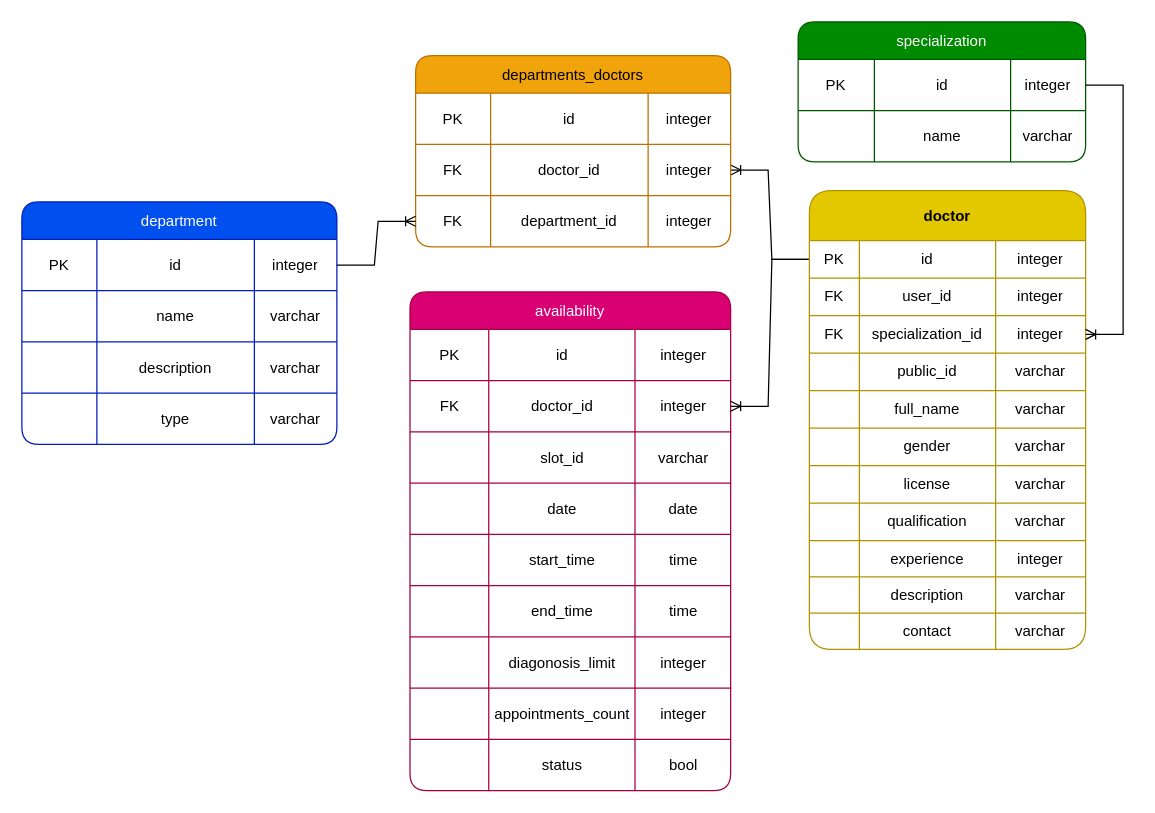
Before: page "Doctor_Schema" (3 of 4) of docs/ER-diagram_HMS.drawio in Developer-PritamSaha/hospital-management-app, a draw.io diagram. Source tidied: cells renumbered, new cells numbered last; positions are measured from the earlier drawing's top-left corner, leaving out a move shared by most shapes. Both pictures are drawn from the tidied source at 125%, with x=0, y=0 at pixel (21, 21).
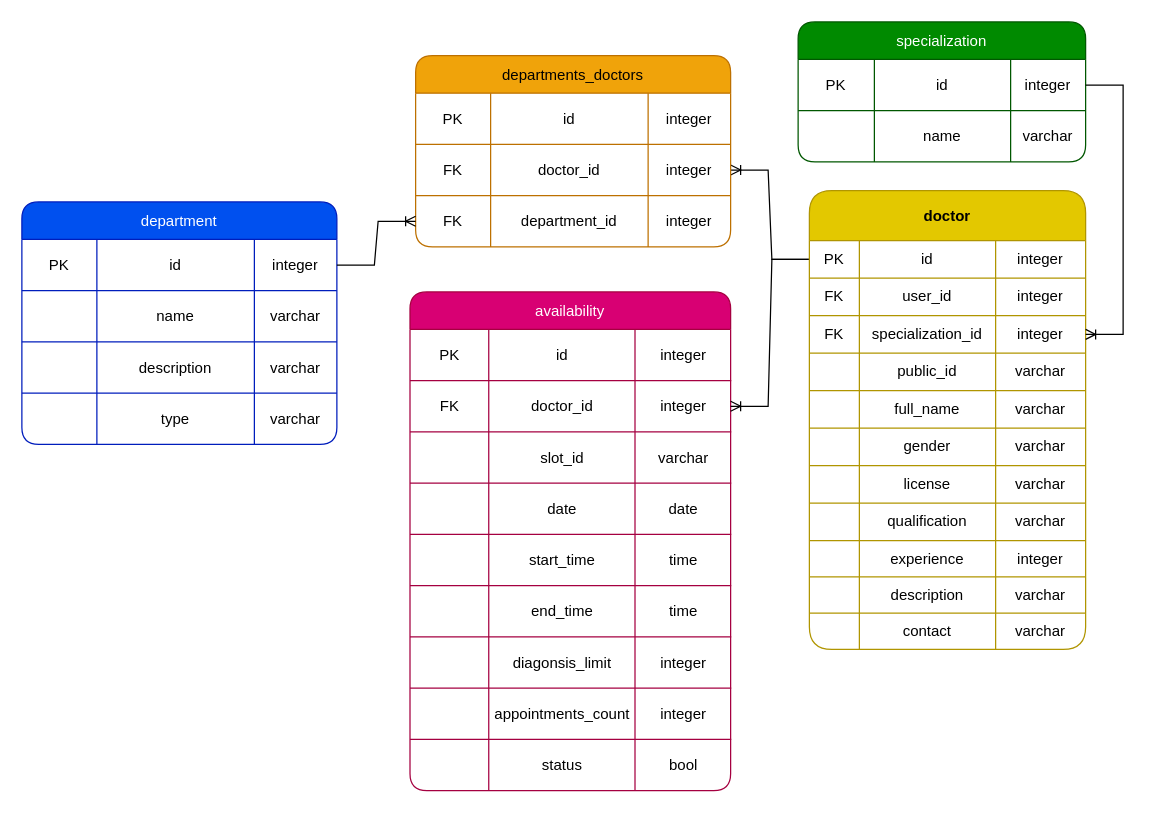
The same page after the edit.

Unchanged cells that the change refers to:
```xml
<mxCell id="27" style="shape=tableRow;horizontal=0;startSize=0;swimlaneHead=0;swimlaneBody=0;strokeColor=inherit;top=0;left=0;bottom=0;right=0;fillColor=none;rounded=1;" parent="2" vertex="1">
  <mxGeometry y="276" width="256.5" height="41" as="geometry" />
</mxCell>
```

The edit, as a diff of the source:
```diff
@@
-    <mxCell id="29" value="diagonosis_limit" style="shape=partialRectangle;html=1;whiteSpace=wrap;strokeColor=inherit;overflow=hidden;fillColor=none;top=0;left=0;bottom=0;right=0;rounded=1;" parent="27" vertex="1">
+    <mxCell id="29" value="diagonsis_limit" style="shape=partialRectangle;html=1;whiteSpace=wrap;strokeColor=inherit;overflow=hidden;fillColor=none;top=0;left=0;bottom=0;right=0;rounded=1;" parent="27" vertex="1">
       <mxGeometry x="63" width="117" height="41" as="geometry" />
     </mxCell>
```
